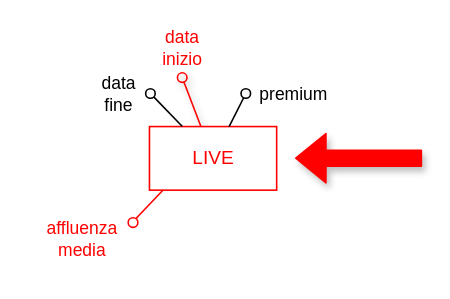
The draw.io diagram Progetto Esame - DBSperimentazioni A.A. 2023-2024/Diagrammi/ridondanze/2.3.1.2_schema_op_rid2.drawio in Mattron2000/Basi_di_dati, before the edit. Source tidied: cells renumbered, new cells numbered last; positions are measured from the earlier drawing's top-left corner, leaving out a move shared by most shapes. Both pictures are drawn from the tidied source at 159%, with x=0, y=0 at pixel (25, 76).
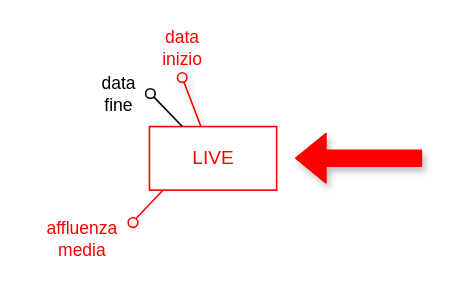
The same page after the edit.

Diff of the diagram source:
```diff
@@
 <mxGraphModel background="#FFFFFF">
   <root>
     <mxCell id="0" />
     <mxCell id="1" parent="0" />
     <mxCell id="2" style="endArrow=oval;html=1;fillStyle=auto;strokeWidth=1;startSize=6;endSize=6;fillColor=#000000;startArrow=none;startFill=0;endFill=0;shadow=1;strokeColor=#FF0000;" parent="1" edge="1" source="4">
       <mxGeometry relative="1" as="geometry">
         <mxPoint x="98.1" y="0.3" as="targetPoint" />
       </mxGeometry>
     </mxCell>
     <mxCell id="3" value="&lt;font color=&quot;#ff0000&quot;&gt;data&lt;br&gt;inizio&lt;/font&gt;" style="edgeLabel;html=1;align=center;verticalAlign=middle;strokeColor=#FF0000;" parent="2" vertex="1">
       <mxGeometry x="0.48" y="1" relative="1" as="geometry">
         <mxPoint x="-3" y="-28" as="offset" />
       </mxGeometry>
     </mxCell>
     <mxCell id="4" value="&lt;font color=&quot;#ff0000&quot;&gt;LIVE&lt;/font&gt;" style="whiteSpace=wrap;html=1;strokeColor=#FF0000;" parent="1" vertex="1">
       <mxGeometry x="77.5" y="31.1" width="80" height="40" as="geometry" />
     </mxCell>
-    <mxCell id="5" style="edgeStyle=none;shape=connector;rounded=1;fillStyle=auto;html=1;labelBackgroundColor=default;strokeColor=default;strokeWidth=1;fontFamily=Helvetica;fontSize=11;fontColor=default;endArrow=none;endFill=0;startSize=6;endSize=6;fillColor=#000000;startArrow=oval;startFill=0;" parent="1" edge="1" target="4">
-      <mxGeometry relative="1" as="geometry">
-        <mxPoint x="138.1" y="10.3" as="sourcePoint" />
-      </mxGeometry>
-    </mxCell>
-    <mxCell id="6" value="premium" style="edgeLabel;html=1;align=center;verticalAlign=middle;fontSize=11;fontFamily=Helvetica;fontColor=default;" parent="5" vertex="1">
-      <mxGeometry x="-0.26" y="1" relative="1" as="geometry">
-        <mxPoint x="33" y="-8" as="offset" />
-      </mxGeometry>
-    </mxCell>
     <mxCell id="7" style="endArrow=oval;html=1;fillStyle=auto;strokeWidth=1;startSize=6;endSize=6;fillColor=#000000;startArrow=none;startFill=0;endFill=0;" parent="1" edge="1" source="4">
       <mxGeometry relative="1" as="geometry">
         <mxPoint x="78.1" y="10.3" as="targetPoint" />
       </mxGeometry>
     </mxCell>
     <mxCell id="8" value="data&lt;br&gt;fine" style="edgeLabel;html=1;align=center;verticalAlign=middle;" parent="7" vertex="1">
       <mxGeometry x="0.48" y="1" relative="1" as="geometry">
         <mxPoint x="-25" y="-6" as="offset" />
       </mxGeometry>
     </mxCell>
     <mxCell id="9" style="endArrow=none;html=1;fontSize=10;strokeColor=#FF0000;" parent="1" edge="1">
       <mxGeometry relative="1" as="geometry">
         <mxPoint x="67.1" y="91" as="sourcePoint" />
         <mxPoint x="86.1" y="71" as="targetPoint" />
       </mxGeometry>
     </mxCell>
     <mxCell id="10" style="ellipse;whiteSpace=wrap;html=1;fontSize=10;strokeColor=#FF0000;" parent="1" vertex="1">
       <mxGeometry x="64.1" y="88.4" width="6.1" height="6.1" as="geometry" />
     </mxCell>
     <mxCell id="11" value="&lt;font color=&quot;#ff0000&quot; style=&quot;font-size: 11px;&quot;&gt;affluenza &lt;br&gt;media&lt;/font&gt;" style="text;html=1;align=center;verticalAlign=middle;strokeColor=none;fillColor=none;fontSize=10;" parent="1" vertex="1">
       <mxGeometry x="0.2" y="81.9" width="70" height="40" as="geometry" />
     </mxCell>
     <mxCell id="12" style="shape=flexArrow;endArrow=classic;html=1;shadow=1;strokeColor=#FF0000;fontColor=#FF0000;fillColor=#FF0000;" parent="1" edge="1">
       <mxGeometry relative="1" as="geometry">
         <mxPoint x="249" y="51" as="sourcePoint" />
         <mxPoint x="169" y="51" as="targetPoint" />
       </mxGeometry>
     </mxCell>
   </root>
 </mxGraphModel>
```
